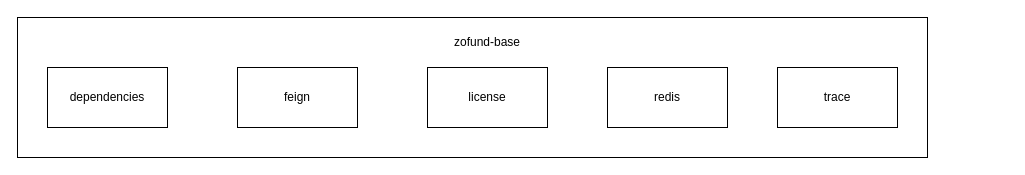
Before: drawio/zofundbase.drawio in happinessandlove/Pic, a draw.io diagram. Source tidied: cells renumbered, new cells numbered last; positions are measured from the earlier drawing's top-left corner, leaving out a move shared by most shapes. Both pictures are drawn from the tidied source at 100%, with x=0, y=0 at pixel (17, 17).
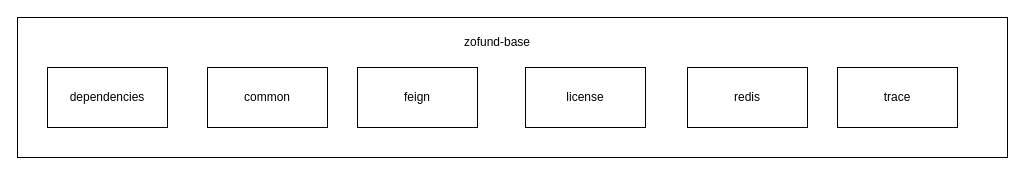
The same diagram, later.

What changed in the source:
```diff
@@
 <mxGraphModel>
   <root>
     <mxCell id="0" />
     <mxCell id="1" parent="0" />
+    <mxCell id="7" style="rounded=0;whiteSpace=wrap;html=1;fillColor=none;" parent="1" vertex="1">
+      <mxGeometry width="990" height="140" as="geometry" />
+    </mxCell>
     <mxCell id="2" value="dependencies" style="rounded=0;whiteSpace=wrap;html=1;" parent="1" vertex="1">
       <mxGeometry x="30" y="50" width="120" height="60" as="geometry" />
     </mxCell>
     <mxCell id="3" value="feign" style="rounded=0;whiteSpace=wrap;html=1;" parent="1" vertex="1">
-      <mxGeometry x="220" y="50" width="120" height="60" as="geometry" />
+      <mxGeometry x="340" y="50" width="120" height="60" as="geometry" />
     </mxCell>
     <mxCell id="4" value="license" style="rounded=0;whiteSpace=wrap;html=1;" parent="1" vertex="1">
-      <mxGeometry x="410" y="50" width="120" height="60" as="geometry" />
+      <mxGeometry x="508" y="50" width="120" height="60" as="geometry" />
     </mxCell>
     <mxCell id="5" value="redis" style="rounded=0;whiteSpace=wrap;html=1;" parent="1" vertex="1">
-      <mxGeometry x="590" y="50" width="120" height="60" as="geometry" />
+      <mxGeometry x="670" y="50" width="120" height="60" as="geometry" />
     </mxCell>
     <mxCell id="6" value="trace" style="rounded=0;whiteSpace=wrap;html=1;" parent="1" vertex="1">
-      <mxGeometry x="760" y="50" width="120" height="60" as="geometry" />
+      <mxGeometry x="820" y="50" width="120" height="60" as="geometry" />
     </mxCell>
-    <mxCell id="7" style="rounded=0;whiteSpace=wrap;html=1;fillColor=none;" parent="1" vertex="1">
-      <mxGeometry width="910" height="140" as="geometry" />
-    </mxCell>
     <mxCell id="8" value="zofund-base" style="text;html=1;strokeColor=none;fillColor=none;align=center;verticalAlign=middle;whiteSpace=wrap;rounded=0;" parent="1" vertex="1">
-      <mxGeometry x="420" y="10" width="100" height="30" as="geometry" />
+      <mxGeometry x="430" y="10" width="100" height="30" as="geometry" />
     </mxCell>
+    <mxCell id="9" value="common" style="rounded=0;whiteSpace=wrap;html=1;" parent="1" vertex="1">
+      <mxGeometry x="190" y="50" width="120" height="60" as="geometry" />
+    </mxCell>
   </root>
 </mxGraphModel>
```
